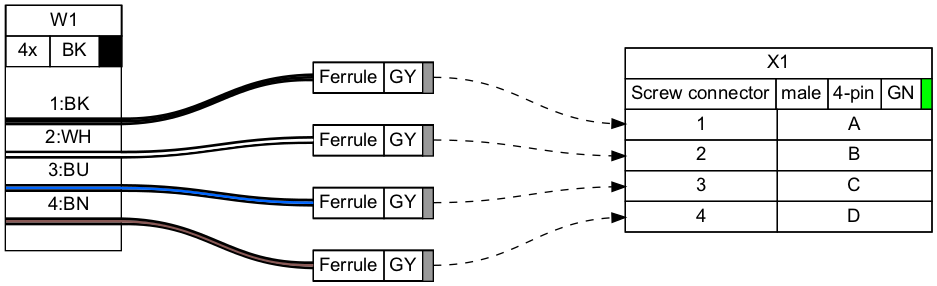
This is examples/ex11.png from tobiasfalk/WireViz, a Graphviz export, as it was before one commit. Its source is kept beside it as examples/ex11.gv. The source it was exported from:
```dot
graph {
	graph [bgcolor="#FFFFFF" fontname=arial nodesep=0.33 rankdir=LR ranksep=2]
	node [fillcolor="#FFFFFF" fontname=arial height=0 margin=0 shape=none style=filled width=0]
	edge [fontname=arial style=bold]
	AUTOGENERATED_F_1 [label=<
<table border="0" cellspacing="0" cellpadding="0">
 <tr><td>
  <table border="0" cellspacing="0" cellpadding="3" cellborder="1"><tr>
   <td balign="left">Ferrule</td>
   <td balign="left">GY</td>
   <td balign="left" bgcolor="#999999" width="4"></td>
  </tr></table>
 </td></tr>
</table>
> fillcolor="#FFFFFF" shape=box style=filled]
	AUTOGENERATED_F_2 [label=<
<table border="0" cellspacing="0" cellpadding="0">
 <tr><td>
  <table border="0" cellspacing="0" cellpadding="3" cellborder="1"><tr>
   <td balign="left">Ferrule</td>
   <td balign="left">GY</td>
   <td balign="left" bgcolor="#999999" width="4"></td>
  </tr></table>
 </td></tr>
</table>
> fillcolor="#FFFFFF" shape=box style=filled]
	AUTOGENERATED_F_3 [label=<
<table border="0" cellspacing="0" cellpadding="0">
 <tr><td>
  <table border="0" cellspacing="0" cellpadding="3" cellborder="1"><tr>
   <td balign="left">Ferrule</td>
   <td balign="left">GY</td>
   <td balign="left" bgcolor="#999999" width="4"></td>
  </tr></table>
 </td></tr>
</table>
> fillcolor="#FFFFFF" shape=box style=filled]
	AUTOGENERATED_F_4 [label=<
<table border="0" cellspacing="0" cellpadding="0">
 <tr><td>
  <table border="0" cellspacing="0" cellpadding="3" cellborder="1"><tr>
   <td balign="left">Ferrule</td>
   <td balign="left">GY</td>
   <td balign="left" bgcolor="#999999" width="4"></td>
  </tr></table>
 </td></tr>
</table>
> fillcolor="#FFFFFF" shape=box style=filled]
	X1 [label=<
<table border="0" cellspacing="0" cellpadding="0">
 <tr><td>
  <table border="0" cellspacing="0" cellpadding="3" cellborder="1"><tr>
   <td balign="left">X1</td>
  </tr></table>
 </td></tr>
 <tr><td>
  <table border="0" cellspacing="0" cellpadding="3" cellborder="1"><tr>
   <td balign="left">Screw connector</td>
   <td balign="left">male</td>
   <td balign="left">4-pin</td>
   <td balign="left">GN</td>
   <td balign="left" bgcolor="#00FF00" width="4"></td>
  </tr></table>
 </td></tr>
 <tr><td>
  <table border="0" cellspacing="0" cellpadding="3" cellborder="1">
   <tr>
    <td port="p1l">1</td>
    <td>A</td>
   </tr>
   <tr>
    <td port="p2l">2</td>
    <td>B</td>
   </tr>
   <tr>
    <td port="p3l">3</td>
    <td>C</td>
   </tr>
   <tr>
    <td port="p4l">4</td>
    <td>D</td>
   </tr>
  </table>
 </td></tr>
</table>
> fillcolor="#FFFFFF" shape=box style=filled]
	edge [color="#000000:#000000:#000000"]
	W1:w1:e -- AUTOGENERATED_F_1:w
	edge [color="#000000:#ffffff:#000000"]
	W1:w2:e -- AUTOGENERATED_F_2:w
	edge [color="#000000:#0066ff:#000000"]
	W1:w3:e -- AUTOGENERATED_F_3:w
	edge [color="#000000:#895956:#000000"]
	W1:w4:e -- AUTOGENERATED_F_4:w
	W1 [label=<
<table border="0" cellspacing="0" cellpadding="0">
 <tr><td>
  <table border="0" cellspacing="0" cellpadding="3" cellborder="1"><tr>
   <td balign="left">W1</td>
  </tr></table>
 </td></tr>
 <tr><td>
  <table border="0" cellspacing="0" cellpadding="3" cellborder="1"><tr>
   <td balign="left">4x</td>
   <td balign="left">BK</td>
   <td balign="left" bgcolor="#000000" width="4"></td>
  </tr></table>
 </td></tr>
 <tr><td>
  <table border="0" cellspacing="0" cellborder="0">
   <tr><td>&nbsp;</td></tr>
   <tr>
    <td><!-- 1_in --></td>
    <td>
     1:BK
    </td>
    <td></td>
   </tr>
   <tr>
    <td colspan="3" border="0" cellspacing="0" cellpadding="0" port="w1" height="6">
     <table cellspacing="0" cellborder="0" border="0">
      <tr><td colspan="3" cellpadding="0" height="2" bgcolor="#000000" border="0"></td></tr>
      <tr><td colspan="3" cellpadding="0" height="2" bgcolor="#000000" border="0"></td></tr>
      <tr><td colspan="3" cellpadding="0" height="2" bgcolor="#000000" border="0"></td></tr>
     </table>
    </td>
   </tr>
   <tr>
    <td><!-- 2_in --></td>
    <td>
     2:WH
    </td>
    <td></td>
   </tr>
   <tr>
    <td colspan="3" border="0" cellspacing="0" cellpadding="0" port="w2" height="6">
     <table cellspacing="0" cellborder="0" border="0">
      <tr><td colspan="3" cellpadding="0" height="2" bgcolor="#000000" border="0"></td></tr>
      <tr><td colspan="3" cellpadding="0" height="2" bgcolor="#ffffff" border="0"></td></tr>
      <tr><td colspan="3" cellpadding="0" height="2" bgcolor="#000000" border="0"></td></tr>
     </table>
    </td>
   </tr>
   <tr>
    <td><!-- 3_in --></td>
    <td>
     3:BU
    </td>
    <td></td>
   </tr>
   <tr>
    <td colspan="3" border="0" cellspacing="0" cellpadding="0" port="w3" height="6">
     <table cellspacing="0" cellborder="0" border="0">
      <tr><td colspan="3" cellpadding="0" height="2" bgcolor="#000000" border="0"></td></tr>
      <tr><td colspan="3" cellpadding="0" height="2" bgcolor="#0066ff" border="0"></td></tr>
      <tr><td colspan="3" cellpadding="0" height="2" bgcolor="#000000" border="0"></td></tr>
     </table>
    </td>
   </tr>
   <tr>
    <td><!-- 4_in --></td>
    <td>
     4:BN
    </td>
    <td></td>
   </tr>
   <tr>
    <td colspan="3" border="0" cellspacing="0" cellpadding="0" port="w4" height="6">
     <table cellspacing="0" cellborder="0" border="0">
      <tr><td colspan="3" cellpadding="0" height="2" bgcolor="#000000" border="0"></td></tr>
      <tr><td colspan="3" cellpadding="0" height="2" bgcolor="#895956" border="0"></td></tr>
      <tr><td colspan="3" cellpadding="0" height="2" bgcolor="#000000" border="0"></td></tr>
     </table>
    </td>
   </tr>
   <tr><td>&nbsp;</td></tr>
  </table>
 </td></tr>
</table>
> fillcolor="#FFFFFF" shape=box style=filled]
	edge [color="#000000" dir=forward style=dashed]
	AUTOGENERATED_F_1:e -- X1:p1l:w
	edge [color="#000000" dir=forward style=dashed]
	AUTOGENERATED_F_2:e -- X1:p2l:w
	edge [color="#000000" dir=forward style=dashed]
	AUTOGENERATED_F_3:e -- X1:p3l:w
	edge [color="#000000" dir=forward style=dashed]
	AUTOGENERATED_F_4:e -- X1:p4l:w
}
```
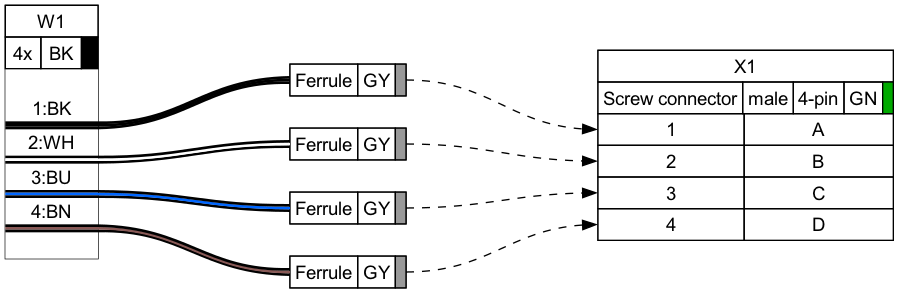
After the change.

Diff of the diagram source:
```diff
@@ -3,187 +3,251 @@
 	node [fillcolor="#FFFFFF" fontname=arial height=0 margin=0 shape=none style=filled width=0]
 	edge [fontname=arial style=bold]
 	AUTOGENERATED_F_1 [label=<
-<table border="0" cellspacing="0" cellpadding="0">
- <tr><td>
-  <table border="0" cellspacing="0" cellpadding="3" cellborder="1"><tr>
-   <td balign="left">Ferrule</td>
-   <td balign="left">GY</td>
-   <td balign="left" bgcolor="#999999" width="4"></td>
-  </tr></table>
- </td></tr>
+<table border="0" cellspacing="0" cellpadding="0" port="p1r" bgcolor="#FFFFFF">
+ <tr>
+  <td port="p1l">
+   <table border="0" cellborder="1" cellpadding="3" cellspacing="0">
+    <tr>
+     <td>Ferrule</td>
+     <td>GY</td>
+     <td bgcolor="#999999" sides="TBLR"></td>
+    </tr>
+   </table>
+  </td>
+ </tr>
 </table>
-> fillcolor="#FFFFFF" shape=box style=filled]
+> shape=box style=filled]
 	AUTOGENERATED_F_2 [label=<
-<table border="0" cellspacing="0" cellpadding="0">
- <tr><td>
-  <table border="0" cellspacing="0" cellpadding="3" cellborder="1"><tr>
-   <td balign="left">Ferrule</td>
-   <td balign="left">GY</td>
-   <td balign="left" bgcolor="#999999" width="4"></td>
-  </tr></table>
- </td></tr>
+<table border="0" cellspacing="0" cellpadding="0" port="p1r" bgcolor="#FFFFFF">
+ <tr>
+  <td port="p1l">
+   <table border="0" cellborder="1" cellpadding="3" cellspacing="0">
+    <tr>
+     <td>Ferrule</td>
+     <td>GY</td>
+     <td bgcolor="#999999" sides="TBLR"></td>
+    </tr>
+   </table>
+  </td>
+ </tr>
 </table>
-> fillcolor="#FFFFFF" shape=box style=filled]
+> shape=box style=filled]
 	AUTOGENERATED_F_3 [label=<
-<table border="0" cellspacing="0" cellpadding="0">
- <tr><td>
-  <table border="0" cellspacing="0" cellpadding="3" cellborder="1"><tr>
-   <td balign="left">Ferrule</td>
-   <td balign="left">GY</td>
-   <td balign="left" bgcolor="#999999" width="4"></td>
-  </tr></table>
- </td></tr>
+<table border="0" cellspacing="0" cellpadding="0" port="p1r" bgcolor="#FFFFFF">
+ <tr>
+  <td port="p1l">
+   <table border="0" cellborder="1" cellpadding="3" cellspacing="0">
+    <tr>
+     <td>Ferrule</td>
+     <td>GY</td>
+     <td bgcolor="#999999" sides="TBLR"></td>
+    </tr>
+   </table>
+  </td>
+ </tr>
 </table>
-> fillcolor="#FFFFFF" shape=box style=filled]
+> shape=box style=filled]
 	AUTOGENERATED_F_4 [label=<
-<table border="0" cellspacing="0" cellpadding="0">
- <tr><td>
-  <table border="0" cellspacing="0" cellpadding="3" cellborder="1"><tr>
-   <td balign="left">Ferrule</td>
-   <td balign="left">GY</td>
-   <td balign="left" bgcolor="#999999" width="4"></td>
-  </tr></table>
- </td></tr>
+<table border="0" cellspacing="0" cellpadding="0" port="p1r" bgcolor="#FFFFFF">
+ <tr>
+  <td port="p1l">
+   <table border="0" cellborder="1" cellpadding="3" cellspacing="0">
+    <tr>
+     <td>Ferrule</td>
+     <td>GY</td>
+     <td bgcolor="#999999" sides="TBLR"></td>
+    </tr>
+   </table>
+  </td>
+ </tr>
 </table>
-> fillcolor="#FFFFFF" shape=box style=filled]
+> shape=box style=filled]
 	X1 [label=<
-<table border="0" cellspacing="0" cellpadding="0">
- <tr><td>
-  <table border="0" cellspacing="0" cellpadding="3" cellborder="1"><tr>
-   <td balign="left">X1</td>
-  </tr></table>
- </td></tr>
- <tr><td>
-  <table border="0" cellspacing="0" cellpadding="3" cellborder="1"><tr>
-   <td balign="left">Screw connector</td>
-   <td balign="left">male</td>
-   <td balign="left">4-pin</td>
-   <td balign="left">GN</td>
-   <td balign="left" bgcolor="#00FF00" width="4"></td>
-  </tr></table>
- </td></tr>
- <tr><td>
-  <table border="0" cellspacing="0" cellpadding="3" cellborder="1">
-   <tr>
-    <td port="p1l">1</td>
-    <td>A</td>
-   </tr>
-   <tr>
-    <td port="p2l">2</td>
-    <td>B</td>
-   </tr>
-   <tr>
-    <td port="p3l">3</td>
-    <td>C</td>
-   </tr>
-   <tr>
-    <td port="p4l">4</td>
-    <td>D</td>
-   </tr>
-  </table>
- </td></tr>
+<table border="0" cellspacing="0" cellpadding="0" bgcolor="#FFFFFF">
+ <tr>
+  <td>
+   <table border="0" cellborder="1" cellpadding="3" cellspacing="0">
+    <tr>
+     <td>X1</td>
+    </tr>
+   </table>
+  </td>
+ </tr>
+ <tr>
+  <td>
+   <table border="0" cellborder="1" cellpadding="3" cellspacing="0">
+    <tr>
+     <td>Screw connector</td>
+     <td>male</td>
+     <td>4-pin</td>
+     <td>GN</td>
+     <td bgcolor="#00AA00" sides="TBLR"></td>
+    </tr>
+   </table>
+  </td>
+ </tr>
+ <tr>
+  <td>
+   <table border="0" cellborder="1" cellpadding="3" cellspacing="0">
+    <tr>
+     <td port="p1l">1</td>
+     <td>A</td>
+    </tr>
+    <tr>
+     <td port="p2l">2</td>
+     <td>B</td>
+    </tr>
+    <tr>
+     <td port="p3l">3</td>
+     <td>C</td>
+    </tr>
+    <tr>
+     <td port="p4l">4</td>
+     <td>D</td>
+    </tr>
+   </table>
+  </td>
+ </tr>
 </table>
-> fillcolor="#FFFFFF" shape=box style=filled]
+> shape=box style=filled]
+	W1 [label=<
+<table border="0" cellspacing="0" cellpadding="0" bgcolor="#FFFFFF">
+ <tr>
+  <td>
+   <table border="0" cellborder="1" cellpadding="3" cellspacing="0">
+    <tr>
+     <td>W1</td>
+    </tr>
+   </table>
+  </td>
+ </tr>
+ <tr>
+  <td>
+   <table border="0" cellborder="1" cellpadding="3" cellspacing="0">
+    <tr>
+     <td>4x</td>
+     <td>BK</td>
+     <td bgcolor="#000000" sides="TBLR"></td>
+    </tr>
+   </table>
+  </td>
+ </tr>
+ <tr>
+  <td>
+   <table border="0" cellborder="0" cellspacing="0">
+    <tr>
+     <td>&nbsp;</td>
+    </tr>
+    <tr>
+     <td align="left"> </td>
+     <td> </td>
+     <td>1:BK</td>
+     <td> </td>
+     <td align="right"> </td>
+    </tr>
+    <tr>
+     <td border="0" cellspacing="0" cellpadding="0" colspan="5" height="6" port="w1">
+      <table border="0" cellborder="0" cellspacing="0">
+       <tr>
+        <td bgcolor="#000000" border="0" cellpadding="0" colspan="5" height="2"></td>
+       </tr>
+       <tr>
+        <td bgcolor="#000000" border="0" cellpadding="0" colspan="5" height="2"></td>
+       </tr>
+       <tr>
+        <td bgcolor="#000000" border="0" cellpadding="0" colspan="5" height="2"></td>
+       </tr>
+      </table>
+     </td>
+    </tr>
+    <tr>
+     <td align="left"> </td>
+     <td> </td>
+     <td>2:WH</td>
+     <td> </td>
+     <td align="right"> </td>
+    </tr>
+    <tr>
+     <td border="0" cellspacing="0" cellpadding="0" colspan="5" height="6" port="w2">
+      <table border="0" cellborder="0" cellspacing="0">
+       <tr>
+        <td bgcolor="#000000" border="0" cellpadding="0" colspan="5" height="2"></td>
+       </tr>
+       <tr>
+        <td bgcolor="#FFFFFF" border="0" cellpadding="0" colspan="5" height="2"></td>
+       </tr>
+       <tr>
+        <td bgcolor="#000000" border="0" cellpadding="0" colspan="5" height="2"></td>
+       </tr>
+      </table>
+     </td>
+    </tr>
+    <tr>
+     <td align="left"> </td>
+     <td> </td>
+     <td>3:BU</td>
+     <td> </td>
+     <td align="right"> </td>
+    </tr>
+    <tr>
+     <td border="0" cellspacing="0" cellpadding="0" colspan="5" height="6" port="w3">
+      <table border="0" cellborder="0" cellspacing="0">
+       <tr>
+        <td bgcolor="#000000" border="0" cellpadding="0" colspan="5" height="2"></td>
+       </tr>
+       <tr>
+        <td bgcolor="#0066FF" border="0" cellpadding="0" colspan="5" height="2"></td>
+       </tr>
+       <tr>
+        <td bgcolor="#000000" border="0" cellpadding="0" colspan="5" height="2"></td>
+       </tr>
+      </table>
+     </td>
+    </tr>
+    <tr>
+     <td align="left"> </td>
+     <td> </td>
+     <td>4:BN</td>
+     <td> </td>
+     <td align="right"> </td>
+    </tr>
+    <tr>
+     <td border="0" cellspacing="0" cellpadding="0" colspan="5" height="6" port="w4">
+      <table border="0" cellborder="0" cellspacing="0">
+       <tr>
+        <td bgcolor="#000000" border="0" cellpadding="0" colspan="5" height="2"></td>
+       </tr>
+       <tr>
+        <td bgcolor="#895956" border="0" cellpadding="0" colspan="5" height="2"></td>
+       </tr>
+       <tr>
+        <td bgcolor="#000000" border="0" cellpadding="0" colspan="5" height="2"></td>
+       </tr>
+      </table>
+     </td>
+    </tr>
+    <tr>
+     <td>&nbsp;</td>
+    </tr>
+   </table>
+  </td>
+ </tr>
+</table>
+> shape=box style=filled]
 	edge [color="#000000:#000000:#000000"]
 	W1:w1:e -- AUTOGENERATED_F_1:w
-	edge [color="#000000:#ffffff:#000000"]
+	edge [color="#000000:#FFFFFF:#000000"]
 	W1:w2:e -- AUTOGENERATED_F_2:w
-	edge [color="#000000:#0066ff:#000000"]
+	edge [color="#000000:#0066FF:#000000"]
 	W1:w3:e -- AUTOGENERATED_F_3:w
 	edge [color="#000000:#895956:#000000"]
 	W1:w4:e -- AUTOGENERATED_F_4:w
-	W1 [label=<
-<table border="0" cellspacing="0" cellpadding="0">
- <tr><td>
-  <table border="0" cellspacing="0" cellpadding="3" cellborder="1"><tr>
-   <td balign="left">W1</td>
-  </tr></table>
- </td></tr>
- <tr><td>
-  <table border="0" cellspacing="0" cellpadding="3" cellborder="1"><tr>
-   <td balign="left">4x</td>
-   <td balign="left">BK</td>
-   <td balign="left" bgcolor="#000000" width="4"></td>
-  </tr></table>
- </td></tr>
- <tr><td>
-  <table border="0" cellspacing="0" cellborder="0">
-   <tr><td>&nbsp;</td></tr>
-   <tr>
-    <td><!-- 1_in --></td>
-    <td>
-     1:BK
-    </td>
-    <td></td>
-   </tr>
-   <tr>
-    <td colspan="3" border="0" cellspacing="0" cellpadding="0" port="w1" height="6">
-     <table cellspacing="0" cellborder="0" border="0">
-      <tr><td colspan="3" cellpadding="0" height="2" bgcolor="#000000" border="0"></td></tr>
-      <tr><td colspan="3" cellpadding="0" height="2" bgcolor="#000000" border="0"></td></tr>
-      <tr><td colspan="3" cellpadding="0" height="2" bgcolor="#000000" border="0"></td></tr>
-     </table>
-    </td>
-   </tr>
-   <tr>
-    <td><!-- 2_in --></td>
-    <td>
-     2:WH
-    </td>
-    <td></td>
-   </tr>
-   <tr>
-    <td colspan="3" border="0" cellspacing="0" cellpadding="0" port="w2" height="6">
-     <table cellspacing="0" cellborder="0" border="0">
-      <tr><td colspan="3" cellpadding="0" height="2" bgcolor="#000000" border="0"></td></tr>
-      <tr><td colspan="3" cellpadding="0" height="2" bgcolor="#ffffff" border="0"></td></tr>
-      <tr><td colspan="3" cellpadding="0" height="2" bgcolor="#000000" border="0"></td></tr>
-     </table>
-    </td>
-   </tr>
-   <tr>
-    <td><!-- 3_in --></td>
-    <td>
-     3:BU
-    </td>
-    <td></td>
-   </tr>
-   <tr>
-    <td colspan="3" border="0" cellspacing="0" cellpadding="0" port="w3" height="6">
-     <table cellspacing="0" cellborder="0" border="0">
-      <tr><td colspan="3" cellpadding="0" height="2" bgcolor="#000000" border="0"></td></tr>
-      <tr><td colspan="3" cellpadding="0" height="2" bgcolor="#0066ff" border="0"></td></tr>
-      <tr><td colspan="3" cellpadding="0" height="2" bgcolor="#000000" border="0"></td></tr>
-     </table>
-    </td>
-   </tr>
-   <tr>
-    <td><!-- 4_in --></td>
-    <td>
-     4:BN
-    </td>
-    <td></td>
-   </tr>
-   <tr>
-    <td colspan="3" border="0" cellspacing="0" cellpadding="0" port="w4" height="6">
-     <table cellspacing="0" cellborder="0" border="0">
-      <tr><td colspan="3" cellpadding="0" height="2" bgcolor="#000000" border="0"></td></tr>
-      <tr><td colspan="3" cellpadding="0" height="2" bgcolor="#895956" border="0"></td></tr>
-      <tr><td colspan="3" cellpadding="0" height="2" bgcolor="#000000" border="0"></td></tr>
-     </table>
-    </td>
-   </tr>
-   <tr><td>&nbsp;</td></tr>
-  </table>
- </td></tr>
-</table>
-> fillcolor="#FFFFFF" shape=box style=filled]
 	edge [color="#000000" dir=forward style=dashed]
-	AUTOGENERATED_F_1:e -- X1:p1l:w
+	AUTOGENERATED_F_1:p1r:e -- X1:p1l:w
 	edge [color="#000000" dir=forward style=dashed]
-	AUTOGENERATED_F_2:e -- X1:p2l:w
+	AUTOGENERATED_F_2:p1r:e -- X1:p2l:w
 	edge [color="#000000" dir=forward style=dashed]
-	AUTOGENERATED_F_3:e -- X1:p3l:w
+	AUTOGENERATED_F_3:p1r:e -- X1:p3l:w
 	edge [color="#000000" dir=forward style=dashed]
-	AUTOGENERATED_F_4:e -- X1:p4l:w
+	AUTOGENERATED_F_4:p1r:e -- X1:p4l:w
 }
```
